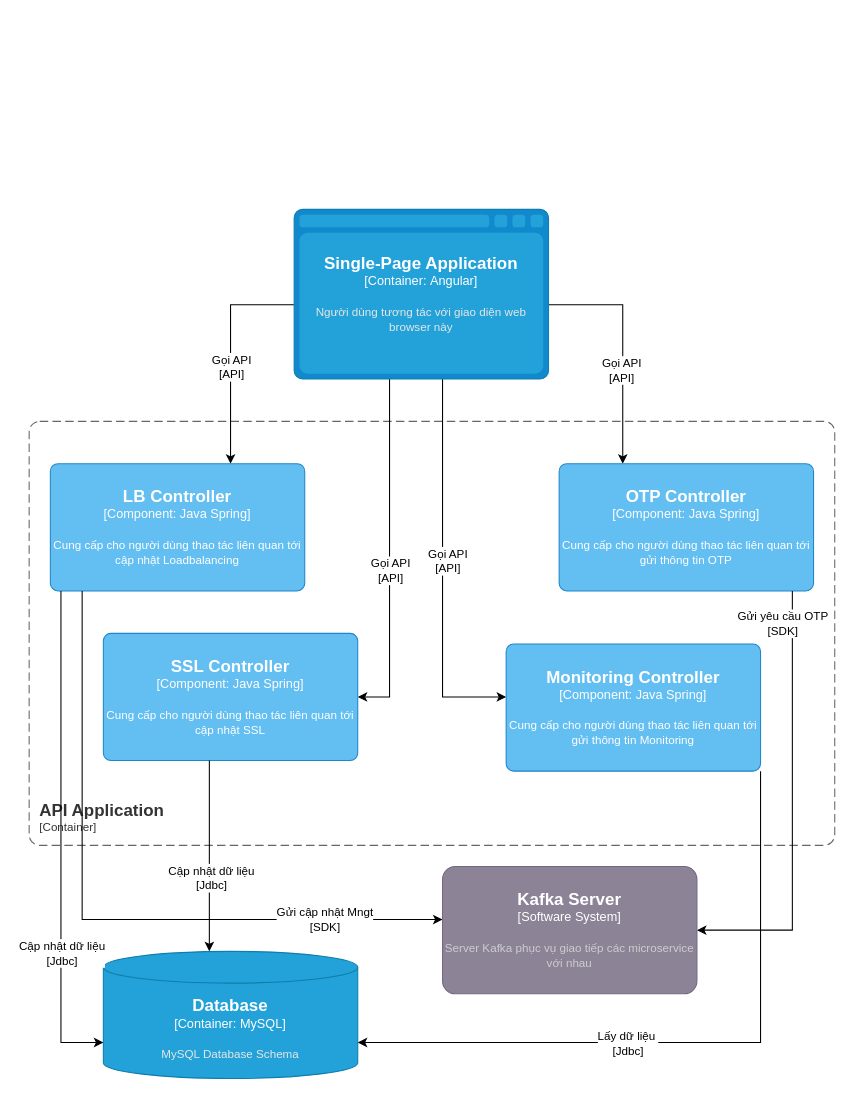
dangngocsoncntt/draw.io keeps this draw.io diagram as Idg-Portal lv3 Loadbalancing API.drawio. Above is the earlier version. Source tidied: cells renumbered, new cells numbered last; positions are measured from the earlier drawing's top-left corner, leaving out a move shared by most shapes. Both pictures are drawn from the tidied source at 106%, with x=0, y=0 at pixel (29, 209).
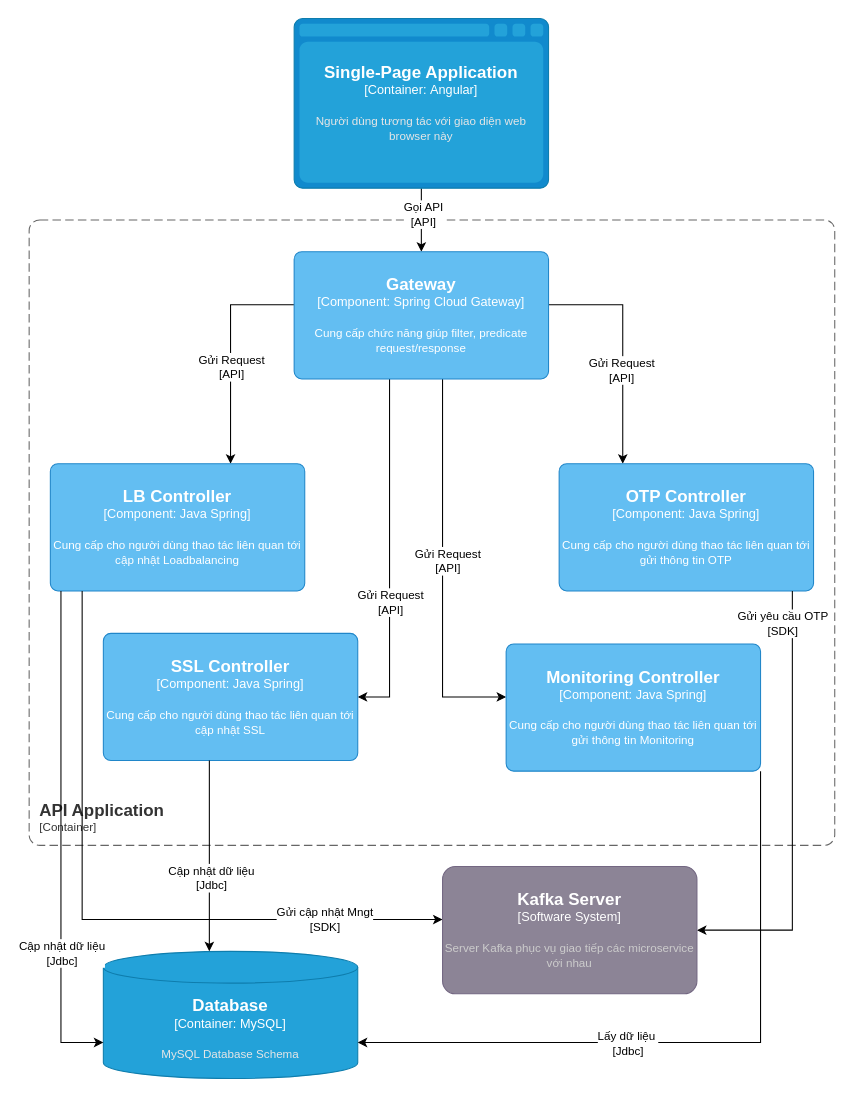
The same page after the edit.

Unchanged cells that the change refers to:
```xml
<object id="12" label="&lt;font style=&quot;font-size: 16px&quot;&gt;&lt;b&gt;%c4Name%&lt;/b&gt;&lt;/font&gt;&lt;div&gt;[%c4Type%: %c4Technology%]&lt;/div&gt;&lt;br&gt;&lt;div&gt;&lt;font style=&quot;font-size: 11px&quot;&gt;%c4Description%&lt;/font&gt;&lt;/div&gt;" c4Description="Cung cấp cho người dùng thao tác liên quan tới cập nhật Loadbalancing" c4Name="LB Controller" c4Technology="Java Spring" c4Type="Component" placeholders="1">
  <mxCell style="rounded=1;whiteSpace=wrap;html=1;labelBackgroundColor=none;fillColor=#63BEF2;fontColor=#ffffff;align=center;arcSize=6;strokeColor=#2086C9;points=[[0.25,0,0],[0.5,0,0],[0.75,0,0],[1,0.25,0],[1,0.5,0],[1,0.75,0],[0.75,1,0],[0.5,1,0],[0.25,1,0],[0,0.75,0],[0,0.5,0],[0,0.25,0]];" parent="1" vertex="1">
    <mxGeometry x="20" y="240" width="240" height="120" as="geometry" />
  </mxCell>
</object>
<object id="13" label="&lt;font style=&quot;font-size: 16px&quot;&gt;&lt;b&gt;%c4Name%&lt;/b&gt;&lt;/font&gt;&lt;div&gt;[%c4Type%: %c4Technology%]&lt;/div&gt;&lt;br&gt;&lt;div&gt;&lt;font style=&quot;font-size: 11px&quot;&gt;%c4Description%&lt;/font&gt;&lt;/div&gt;" c4Description="Cung cấp cho người dùng thao tác liên quan tới gửi thông tin OTP" c4Name="OTP Controller" c4Technology="Java Spring" c4Type="Component" placeholders="1">
  <mxCell style="rounded=1;whiteSpace=wrap;html=1;labelBackgroundColor=none;fillColor=#63BEF2;fontColor=#ffffff;align=center;arcSize=6;strokeColor=#2086C9;points=[[0.25,0,0],[0.5,0,0],[0.75,0,0],[1,0.25,0],[1,0.5,0],[1,0.75,0],[0.75,1,0],[0.5,1,0],[0.25,1,0],[0,0.75,0],[0,0.5,0],[0,0.25,0]];" parent="1" vertex="1">
    <mxGeometry x="500" y="240" width="240" height="120" as="geometry" />
  </mxCell>
</object>
<object id="22" label="&lt;font style=&quot;font-size: 16px&quot;&gt;&lt;b&gt;%c4Name%&lt;/b&gt;&lt;/font&gt;&lt;div&gt;[%c4Type%: %c4Technology%]&lt;/div&gt;&lt;br&gt;&lt;div&gt;&lt;font style=&quot;font-size: 11px&quot;&gt;%c4Description%&lt;/font&gt;&lt;/div&gt;" c4Description="Cung cấp cho người dùng thao tác liên quan tới cập nhật SSL" c4Name="SSL Controller" c4Technology="Java Spring" c4Type="Component" placeholders="1">
  <mxCell style="rounded=1;whiteSpace=wrap;html=1;labelBackgroundColor=none;fillColor=#63BEF2;fontColor=#ffffff;align=center;arcSize=6;strokeColor=#2086C9;points=[[0.25,0,0],[0.5,0,0],[0.75,0,0],[1,0.25,0],[1,0.5,0],[1,0.75,0],[0.75,1,0],[0.5,1,0],[0.25,1,0],[0,0.75,0],[0,0.5,0],[0,0.25,0]];" parent="1" vertex="1">
    <mxGeometry x="70" y="400" width="240" height="120" as="geometry" />
  </mxCell>
</object>
<object id="25" label="&lt;font style=&quot;font-size: 16px&quot;&gt;&lt;b&gt;%c4Name%&lt;/b&gt;&lt;/font&gt;&lt;div&gt;[%c4Type%: %c4Technology%]&lt;/div&gt;&lt;br&gt;&lt;div&gt;&lt;font style=&quot;font-size: 11px&quot;&gt;%c4Description%&lt;/font&gt;&lt;/div&gt;" c4Description="Cung cấp cho người dùng thao tác liên quan tới gửi thông tin Monitoring" c4Name="Monitoring Controller" c4Technology="Java Spring" c4Type="Component" placeholders="1">
  <mxCell style="rounded=1;whiteSpace=wrap;html=1;labelBackgroundColor=none;fillColor=#63BEF2;fontColor=#ffffff;align=center;arcSize=6;strokeColor=#2086C9;points=[[0.25,0,0],[0.5,0,0],[0.75,0,0],[1,0.25,0],[1,0.5,0],[1,0.75,0],[0.75,1,0],[0.5,1,0],[0.25,1,0],[0,0.75,0],[0,0.5,0],[0,0.25,0]];" parent="1" vertex="1">
    <mxGeometry x="450" y="410" width="240" height="120" as="geometry" />
  </mxCell>
</object>
```

What changed in the source:
```diff
@@
     <object id="2" label="&lt;font style=&quot;font-size: 16px&quot;&gt;&lt;b&gt;&lt;div style=&quot;text-align: left&quot;&gt;%c4Name%&lt;/div&gt;&lt;/b&gt;&lt;/font&gt;&lt;div style=&quot;text-align: left&quot;&gt;[%c4Application%]&lt;/div&gt;" c4Application="Container" c4Name="API Application" placeholders="1">
       <mxCell style="rounded=1;fontSize=11;whiteSpace=wrap;html=1;dashed=1;arcSize=20;fillColor=none;strokeColor=#666666;fontColor=#333333;labelBackgroundColor=none;align=left;verticalAlign=bottom;labelBorderColor=none;spacingTop=0;spacing=10;dashPattern=8 4;perimeter=rectanglePerimeter;noLabel=0;labelPadding=0;absoluteArcSize=1;" parent="1" vertex="1">
-        <mxGeometry y="200" width="760" height="400" as="geometry" />
+        <mxGeometry y="10" width="760" height="590" as="geometry" />
       </mxCell>
     </object>
-    <mxCell id="3" style="edgeStyle=orthogonalEdgeStyle;rounded=0;jettySize=auto;html=1;" parent="1" edge="1" source="11" target="12">
+    <mxCell id="3" style="edgeStyle=orthogonalEdgeStyle;rounded=0;jettySize=auto;html=1;" parent="1" edge="1" target="12">
       <mxGeometry relative="1" as="geometry">
+        <mxPoint x="250" y="90" as="sourcePoint" />
         <Array as="points">
           <mxPoint x="190" y="90" />
         </Array>
       </mxGeometry>
     </mxCell>
-    <mxCell id="4" value="Gọi API&lt;br style=&quot;border-color: var(--border-color);&quot;&gt;[API]" style="edgeLabel;html=1;align=center;verticalAlign=middle;" parent="3" vertex="1">
+    <mxCell id="4" value="Gửi Request&lt;br style=&quot;border-color: var(--border-color);&quot;&gt;[API]" style="edgeLabel;html=1;align=center;verticalAlign=middle;" parent="3" vertex="1">
       <mxGeometry x="0.12" relative="1" as="geometry" />
     </mxCell>
-    <mxCell id="5" style="edgeStyle=orthogonalEdgeStyle;rounded=0;jettySize=auto;html=1;" parent="1" edge="1" source="11" target="13">
+    <mxCell id="5" style="edgeStyle=orthogonalEdgeStyle;rounded=0;jettySize=auto;html=1;" parent="1" edge="1" target="13">
       <mxGeometry relative="1" as="geometry">
+        <mxPoint x="490" y="90" as="sourcePoint" />
         <Array as="points">
           <mxPoint x="560" y="90" />
         </Array>
       </mxGeometry>
     </mxCell>
-    <mxCell id="6" value="Gọi API&lt;br style=&quot;border-color: var(--border-color);&quot;&gt;[API]" style="edgeLabel;html=1;align=center;verticalAlign=middle;" parent="5" vertex="1">
+    <mxCell id="6" value="Gửi&amp;nbsp;Request&lt;br style=&quot;border-color: var(--border-color);&quot;&gt;[API]" style="edgeLabel;html=1;align=center;verticalAlign=middle;" parent="5" vertex="1">
       <mxGeometry x="0.35" y="-2" relative="1" as="geometry">
         <mxPoint y="-18" as="offset" />
       </mxGeometry>
     </mxCell>
-    <mxCell id="7" style="edgeStyle=orthogonalEdgeStyle;rounded=0;jettySize=auto;html=1;" parent="1" edge="1" source="11" target="22">
+    <mxCell id="7" style="edgeStyle=orthogonalEdgeStyle;rounded=0;jettySize=auto;html=1;" parent="1" edge="1" target="22">
       <mxGeometry relative="1" as="geometry">
+        <mxPoint x="340" y="160" as="sourcePoint" />
         <Array as="points">
           <mxPoint x="340" y="460" />
         </Array>
       </mxGeometry>
     </mxCell>
-    <mxCell id="8" value="Gọi API&lt;br style=&quot;border-color: var(--border-color);&quot;&gt;[API]" style="edgeLabel;html=1;align=center;verticalAlign=middle;" parent="7" vertex="1">
+    <mxCell id="8" value="Gửi&amp;nbsp;Request&lt;br style=&quot;border-color: var(--border-color);&quot;&gt;[API]" style="edgeLabel;html=1;align=center;verticalAlign=middle;" parent="7" vertex="1">
       <mxGeometry x="-0.38" y="3" relative="1" as="geometry">
-        <mxPoint x="-3" y="78" as="offset" />
+        <mxPoint x="-3" y="108" as="offset" />
       </mxGeometry>
     </mxCell>
-    <mxCell id="9" style="edgeStyle=orthogonalEdgeStyle;rounded=0;jettySize=auto;html=1;" parent="1" edge="1" source="11" target="25">
+    <mxCell id="9" style="edgeStyle=orthogonalEdgeStyle;rounded=0;jettySize=auto;html=1;" parent="1" edge="1" target="25">
       <mxGeometry relative="1" as="geometry">
+        <mxPoint x="390" y="160" as="sourcePoint" />
         <Array as="points">
           <mxPoint x="390" y="460" />
         </Array>
       </mxGeometry>
     </mxCell>
-    <mxCell id="10" value="Gọi API&lt;br style=&quot;border-color: var(--border-color);&quot;&gt;[API]" style="edgeLabel;html=1;align=center;verticalAlign=middle;" parent="9" vertex="1">
+    <mxCell id="10" value="Gửi&amp;nbsp;Request&lt;br style=&quot;border-color: var(--border-color);&quot;&gt;[API]" style="edgeLabel;html=1;align=center;verticalAlign=middle;" parent="9" vertex="1">
       <mxGeometry x="-0.05" y="4" relative="1" as="geometry" />
     </mxCell>
-    <object id="11" label="&lt;font style=&quot;font-size: 16px&quot;&gt;&lt;b&gt;%c4Type%&lt;/b&gt;&lt;/font&gt;&lt;div&gt;[%c4Container%:&amp;nbsp;%c4Technology%]&lt;/div&gt;&lt;br&gt;&lt;div&gt;&lt;font style=&quot;font-size: 11px&quot;&gt;&lt;font color=&quot;#E6E6E6&quot;&gt;%c4Description%&lt;/font&gt;&lt;/div&gt;" c4Container="Container" c4Description="Người dùng tương tác với giao diện web browser này" c4Technology="Angular" c4Type="Single-Page Application" placeholders="1">
-      <mxCell style="shape=mxgraph.c4.webBrowserContainer2;whiteSpace=wrap;html=1;boundedLbl=1;rounded=0;labelBackgroundColor=none;strokeColor=#118ACD;fillColor=#23A2D9;strokeColor=#118ACD;strokeColor2=#0E7DAD;fontSize=12;fontColor=#ffffff;align=center;points=[[0.5,0,0],[1,0.25,0],[1,0.5,0],[1,0.75,0],[0.5,1,0],[0,0.75,0],[0,0.5,0],[0,0.25,0]];" parent="1" vertex="1">
-        <mxGeometry x="250" width="240" height="160" as="geometry" />
-      </mxCell>
-    </object>
@@
+    <mxCell id="28" style="edgeStyle=orthogonalEdgeStyle;rounded=0;jettySize=auto;html=1;" parent="1" edge="1" source="11" target="30">
+      <mxGeometry relative="1" as="geometry" />
+    </mxCell>
+    <mxCell id="29" value="Gọi API&lt;br&gt;[API]" style="edgeLabel;html=1;align=center;verticalAlign=middle;" parent="28" vertex="1">
+      <mxGeometry x="-0.21" y="1" relative="1" as="geometry" />
+    </mxCell>
+    <object id="11" label="&lt;font style=&quot;font-size: 16px&quot;&gt;&lt;b&gt;%c4Type%&lt;/b&gt;&lt;/font&gt;&lt;div&gt;[%c4Container%:&amp;nbsp;%c4Technology%]&lt;/div&gt;&lt;br&gt;&lt;div&gt;&lt;font style=&quot;font-size: 11px&quot;&gt;&lt;font color=&quot;#E6E6E6&quot;&gt;%c4Description%&lt;/font&gt;&lt;/div&gt;" c4Container="Container" c4Description="Người dùng tương tác với giao diện web browser này" c4Technology="Angular" c4Type="Single-Page Application" placeholders="1">
+      <mxCell style="shape=mxgraph.c4.webBrowserContainer2;whiteSpace=wrap;html=1;boundedLbl=1;rounded=0;labelBackgroundColor=none;strokeColor=#118ACD;fillColor=#23A2D9;strokeColor=#118ACD;strokeColor2=#0E7DAD;fontSize=12;fontColor=#ffffff;align=center;points=[[0.5,0,0],[1,0.25,0],[1,0.5,0],[1,0.75,0],[0.5,1,0],[0,0.75,0],[0,0.5,0],[0,0.25,0]];" parent="1" vertex="1">
+        <mxGeometry x="250" y="-180" width="240" height="160" as="geometry" />
+      </mxCell>
+    </object>
+    <object id="30" label="&lt;font style=&quot;font-size: 16px&quot;&gt;&lt;b&gt;%c4Name%&lt;/b&gt;&lt;/font&gt;&lt;div&gt;[%c4Type%: %c4Technology%]&lt;/div&gt;&lt;br&gt;&lt;div&gt;&lt;font style=&quot;font-size: 11px&quot;&gt;%c4Description%&lt;/font&gt;&lt;/div&gt;" c4Description="Cung cấp chức năng giúp filter, predicate request/response" c4Name="Gateway" c4Technology="Spring Cloud Gateway" c4Type="Component" placeholders="1">
+      <mxCell style="rounded=1;whiteSpace=wrap;html=1;labelBackgroundColor=none;fillColor=#63BEF2;fontColor=#ffffff;align=center;arcSize=6;strokeColor=#2086C9;points=[[0.25,0,0],[0.5,0,0],[0.75,0,0],[1,0.25,0],[1,0.5,0],[1,0.75,0],[0.75,1,0],[0.5,1,0],[0.25,1,0],[0,0.75,0],[0,0.5,0],[0,0.25,0]];" parent="1" vertex="1">
+        <mxGeometry x="250" y="40" width="240" height="120" as="geometry" />
+      </mxCell>
+    </object>
```
